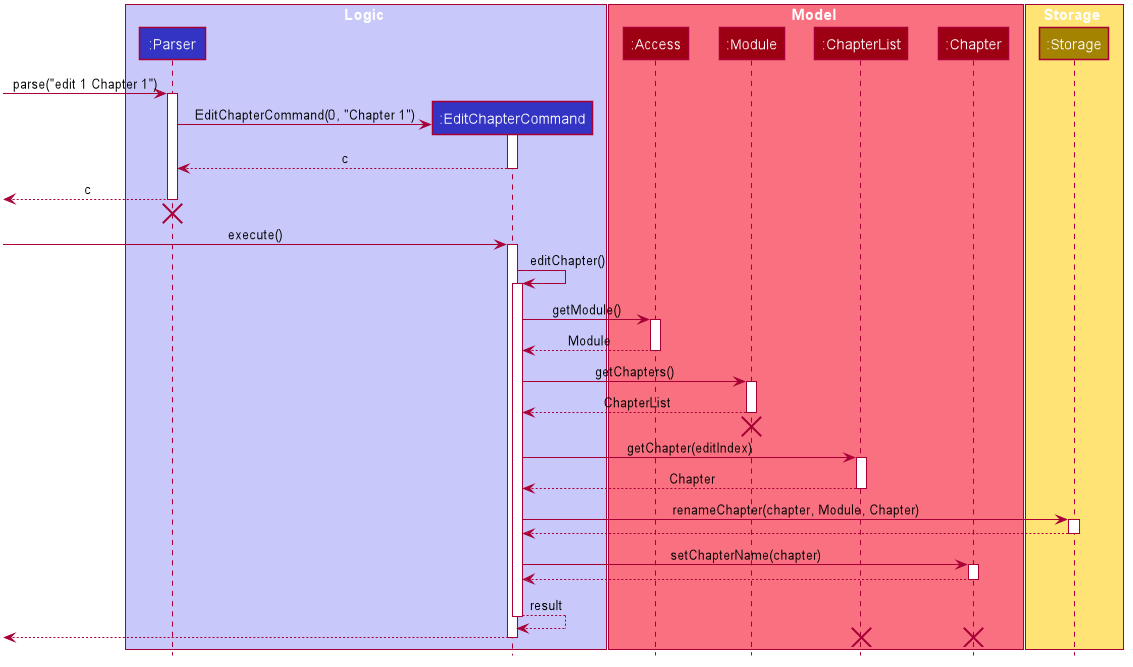
nus-cs2113-AY2021S1/tp keeps this PlantUML diagram as docs/DG_Images/EditChapterSequenceDiagram.png. Above is the earlier version.
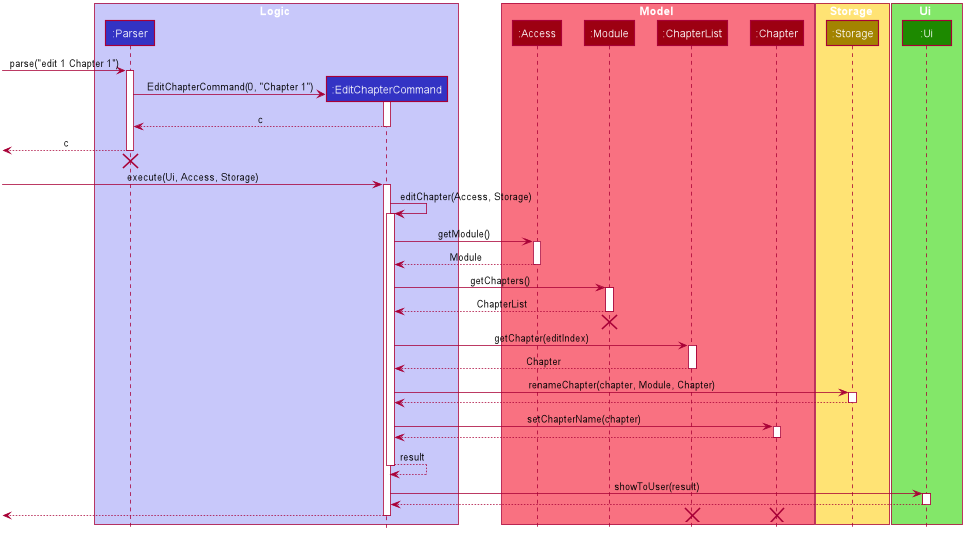
After the commit.

Change to the diagram source:
```diff
@@ -64,6 +64,10 @@
 participant ":Storage" as Storage #A38300
 end box
 
+box Ui #83E769
+participant ":Ui" as Ui #1D8900
+end box
+
 [-> Parser : parse("edit 1 Chapter 1")
 activate Parser
 
@@ -79,10 +83,10 @@
 [<-[hidden]- Parser
 destroy Parser
 
-[-> EditChapterCommand : execute()
+[-> EditChapterCommand : execute(Ui, Access, Storage)
 activate EditChapterCommand
 
-EditChapterCommand -> EditChapterCommand : editChapter()
+EditChapterCommand -> EditChapterCommand : editChapter(Access, Storage)
 activate EditChapterCommand
 
 EditChapterCommand -> Access : getModule()
@@ -120,6 +124,12 @@
 EditChapterCommand --> EditChapterCommand : result
 deactivate EditChapterCommand
 
+EditChapterCommand -> Ui : showToUser(result)
+activate Ui
+
+Ui --> EditChapterCommand
+deactivate Ui
+
 [<-- EditChapterCommand
 deactivate EditChapterCommand
 
```
